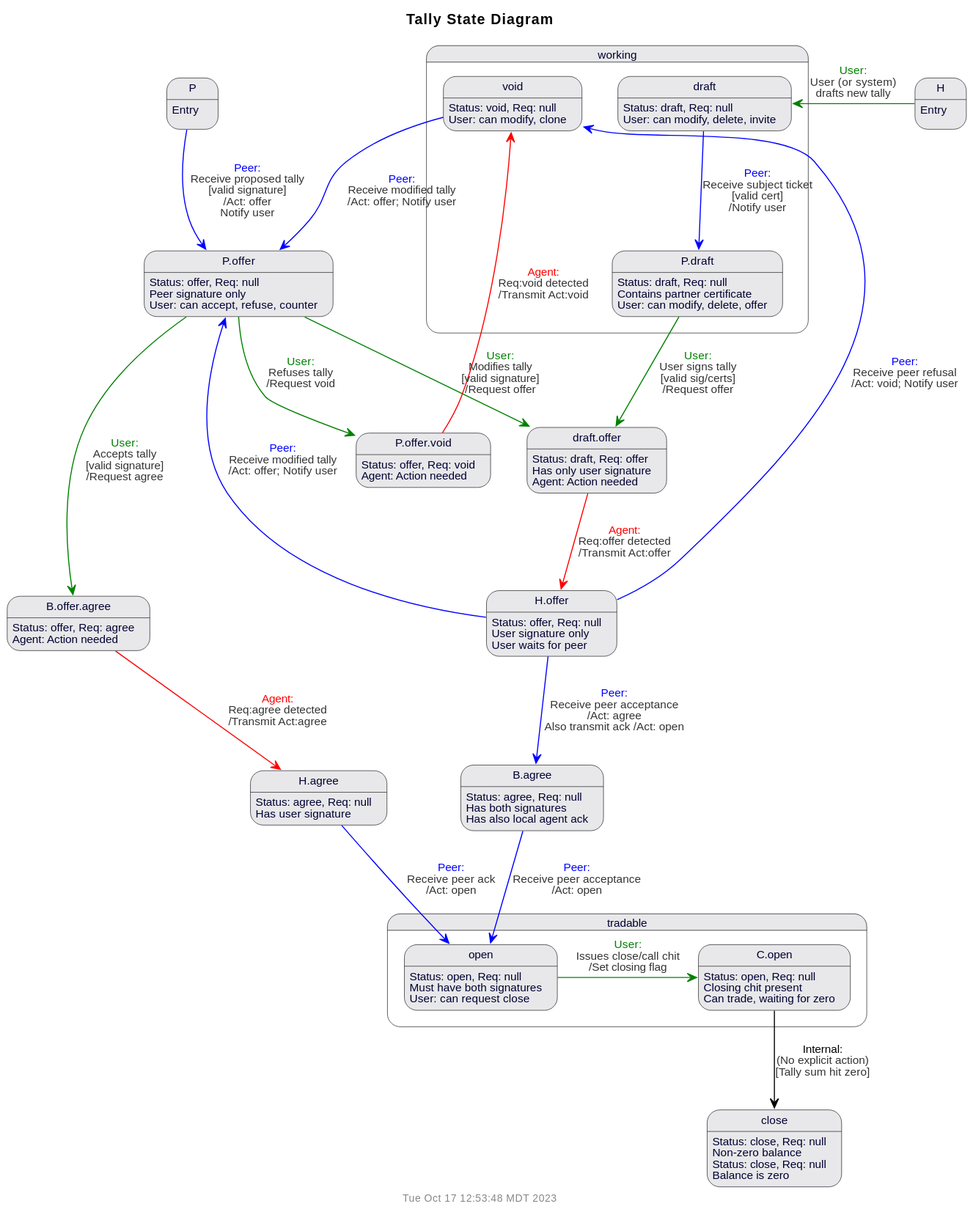
This is doc/uml/state-tally.svg from gotchoices/MyCHIPs, a PlantUML export, as it was before one commit.
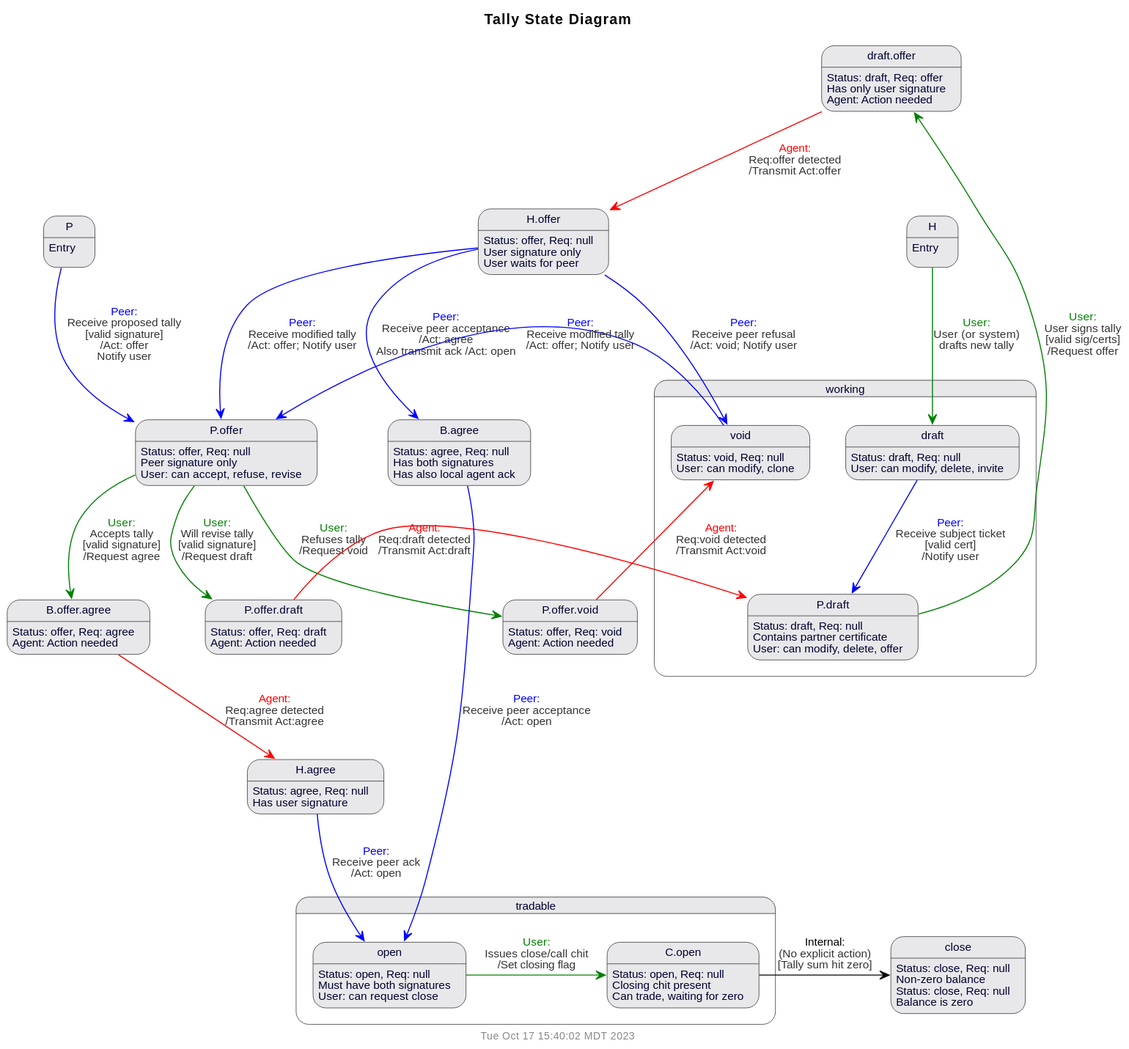
The same diagram one commit later.

Commit message:
Only draft tallies editable

The edit, as a diff of the source:
```diff
@@ -3,6 +3,7 @@
 
 $title(Tally State Diagram)
 state "P.offer.void" as pOfferVoid
+state "P.offer.draft" as pOfferDraft
 state "B.offer.agree" as BOfferAgree
 state "draft.offer" as draftOffer
 state working {
@@ -25,6 +26,9 @@
 pOfferVoid : Status: offer, Req: void
 pOfferVoid : Agent: Action needed
 
+pOfferDraft : Status: offer, Req: draft
+pOfferDraft : Agent: Action needed
+
 BOfferAgree : Status: offer, Req: agree
 BOfferAgree : Agent: Action needed
 
@@ -44,7 +48,7 @@
 
 pOffer : Status: offer, Req: null
 pOffer : Peer signature only
-pOffer : User: can accept, refuse, counter
+pOffer : User: can accept, refuse, revise
 
 hOffer : Status: offer, Req: null
 hOffer : User signature only
@@ -71,15 +75,17 @@
 close : Status: close, Req: null
 close : Balance is zero
 
-H -left[$user]-> draft : $trans($user,User (or system)\ndrafts new tally)
+H -[$user]-> draft : $trans($user,User (or system)\ndrafts new tally)
 P -[$peer]-> pOffer : $trans($peer,Receive proposed tally,valid signature,Act: offer\nNotify user)
 draft -[$peer]-> pDraft : $trans($peer,Receive subject ticket,valid cert,Notify user)
 pDraft -[$user]-> draftOffer : $trans($user,User signs tally,valid sig/certs,Request offer)
 
+pOffer -[$user]-> pOfferVoid : $trans($user,Refuses tally, '', Request void)
 pOfferVoid -[$db]-> void : $trans($db,Req:void detected,'',Transmit Act:void)
 
-pOffer -[$user]-> pOfferVoid : $trans($user,Refuses tally, '', Request void)
-pOffer -[$user]-> draftOffer : $trans($user,Modifies tally,valid signature, Request offer)
+pOffer -[$user]-> pOfferDraft : $trans($user,Will revise tally,valid signature, Request draft)
+pOfferDraft -[$db]-> pDraft : $trans($db,Req:draft detected,'',Transmit Act:draft)
+
 pOffer -[$user]-> BOfferAgree : $trans($user,Accepts tally,valid signature, Request agree)
 
 BOfferAgree -[$db]-> hAgree : $trans($db,Req:agree detected,'',Transmit Act:agree)
@@ -95,5 +101,5 @@
 void -[$peer]-> pOffer : $trans($peer,Receive modified tally,'', Act: offer; Notify user)
 
 open -right[$user]-> cOpen : $trans($user, Issues close/call chit, '', Set closing flag)
-cOpen --> close : $trans(Internal,'(No explicit action)',Tally sum hit zero)
+cOpen -right-> close : $trans(Internal,'(No explicit action)',Tally sum hit zero)
 @enduml
```
